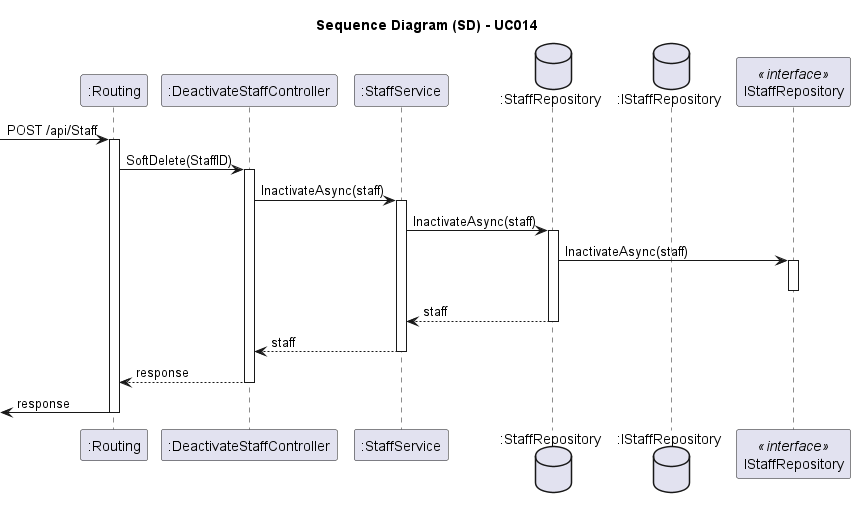
Above: docs/SprintA/UseCases/UC014/03.design/png/uc014-sequence-diagram.png in 1221124/sem5pi-24-25-g031 (PlantUML), before the change. The source it was exported from:
```plantuml
@startuml
skinparam packageStyle rectangle
skinparam shadowing false
skinparam linetype polyline

skinparam classAttributeIconSize 0

title Sequence Diagram (SD) - UC014

participant ":Routing" as Routing
participant ":DeactivateStaffController" as Controller
participant ":StaffService" as Service
database ":StaffRepository" as Repository
database ":IStaffRepository" as IRepository
participant IStaffRepository as InterfaceStaffRepository <<interface>>

-> Routing: POST /api/Staff
activate Routing

Routing -> Controller: SoftDelete(StaffID)
activate Controller

    Controller -> Service: InactivateAsync(staff)
    activate Service

        Service -> Repository: InactivateAsync(staff)
        activate Repository

            Repository -> InterfaceStaffRepository: InactivateAsync(staff)
            activate InterfaceStaffRepository
            deactivate InterfaceStaffRepository

        Repository --> Service: staff
        deactivate Repository

    Service --> Controller: staff
    deactivate Service

Controller --> Routing: response
deactivate Controller

<- Routing: response
deactivate Routing

@enduml
```
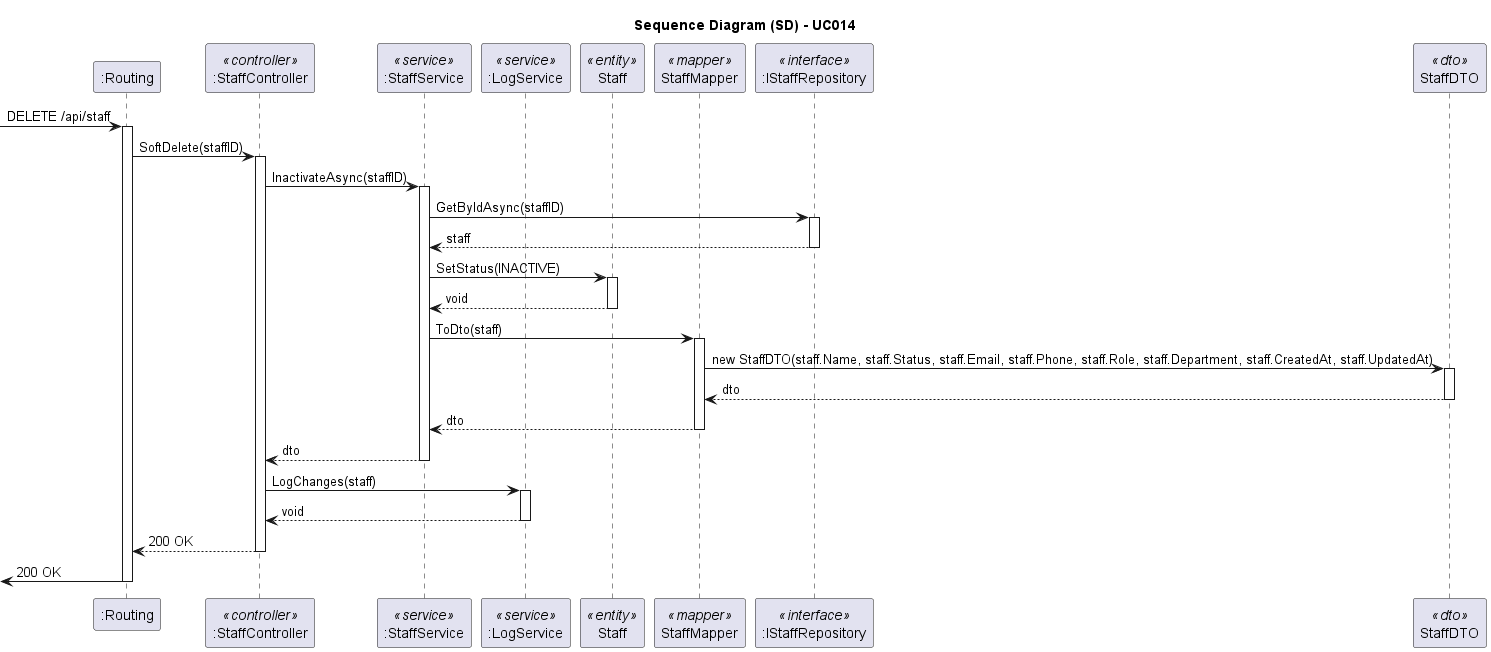
The same diagram one commit later.

The edit, as a diff of the source:
```diff
@@ -8,38 +8,58 @@
 title Sequence Diagram (SD) - UC014
 
 participant ":Routing" as Routing
-participant ":DeactivateStaffController" as Controller
-participant ":StaffService" as Service
-database ":StaffRepository" as Repository
-database ":IStaffRepository" as IRepository
-participant IStaffRepository as InterfaceStaffRepository <<interface>>
+participant ":StaffController" as Controller <<controller>>
+participant ":StaffService" as Service <<service>>
+participant ":LogService" as LogService <<service>>
+participant "Staff" as Staff <<entity>>
+participant "StaffMapper" as Mapper <<mapper>>
+participant ":IStaffRepository" as IRepository <<interface>>
+participant "StaffDTO" as StaffDTO <<dto>>
 
--> Routing: POST /api/Staff
+-> Routing: DELETE /api/staff
 activate Routing
 
-Routing -> Controller: SoftDelete(StaffID)
+Routing -> Controller: SoftDelete(staffID)
 activate Controller
 
-    Controller -> Service: InactivateAsync(staff)
+    Controller -> Service: InactivateAsync(staffID)
     activate Service
 
-        Service -> Repository: InactivateAsync(staff)
-        activate Repository
+        Service -> IRepository: GetByIdAsync(staffID)
+        activate IRepository
 
-            Repository -> InterfaceStaffRepository: InactivateAsync(staff)
-            activate InterfaceStaffRepository
-            deactivate InterfaceStaffRepository
+            IRepository --> Service: staff
 
-        Repository --> Service: staff
-        deactivate Repository
+        deactivate IRepository
 
-    Service --> Controller: staff
+        Service -> Staff: SetStatus(INACTIVE)
+        activate Staff
+            Staff --> Service: void
+        deactivate Staff
+
+        Service -> Mapper: ToDto(staff)
+        activate Mapper
+
+            Mapper -> StaffDTO: new StaffDTO(staff.Name, staff.Status, staff.Email, staff.Phone, staff.Role, staff.Department, staff.CreatedAt, staff.UpdatedAt)
+            activate StaffDTO
+                StaffDTO --> Mapper: dto
+            deactivate StaffDTO
+
+            Mapper --> Service: dto
+        deactivate Mapper
+
+    Service --> Controller: dto
     deactivate Service
 
-Controller --> Routing: response
+    Controller -> LogService: LogChanges(staff)
+    activate LogService
+        LogService --> Controller: void
+    deactivate LogService
+
+Controller --> Routing: 200 OK
 deactivate Controller
 
-<- Routing: response
+<- Routing: 200 OK
 deactivate Routing
 
 @enduml
```
